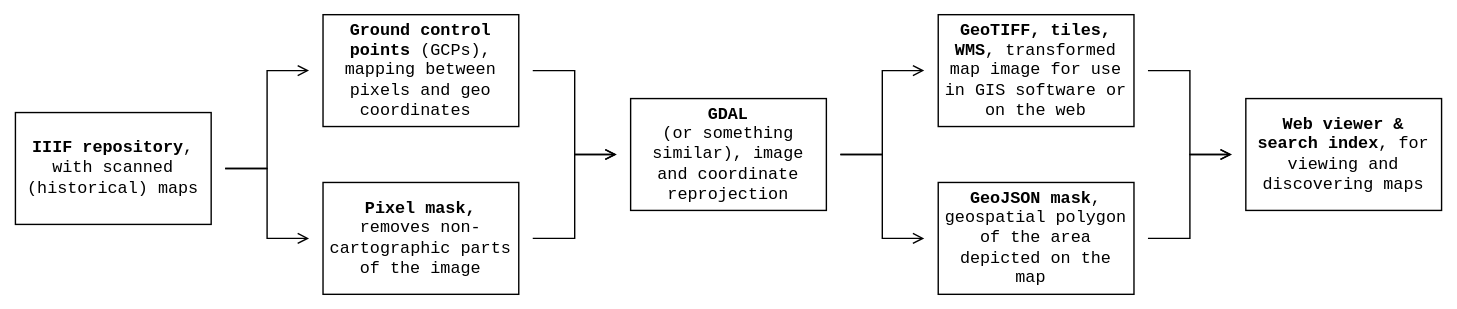
Earlier version of the draw.io export images/iiif-maps-simple.svg (bertspaan/iiif-week-2020). Source tidied: cells renumbered, new cells last; positions are measured from the earlier drawing's top-left corner, leaving out a move shared by most shapes.
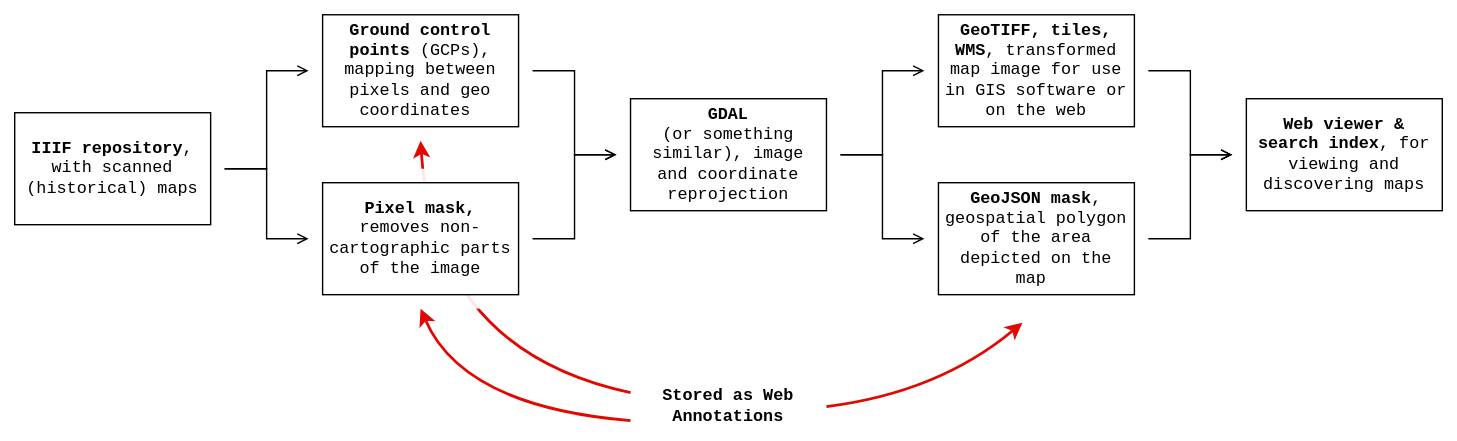
The same file after the commit.

Commit message:
added web annotation arrows

Change to the diagram source:
```diff
@@ -2,19 +2,31 @@
   <root>
     <mxCell id="0" />
     <mxCell id="1" parent="0" />
+    <mxCell id="17" style="curved=1;endArrow=classic;html=1;strokeColor=#e10800;strokeWidth=2;" parent="1" edge="1">
+      <mxGeometry relative="1" as="geometry">
+        <mxPoint x="440" y="270" as="sourcePoint" />
+        <mxPoint x="290" y="90" as="targetPoint" />
+        <Array as="points">
+          <mxPoint x="300" y="240" />
+        </Array>
+      </mxGeometry>
+    </mxCell>
+    <mxCell id="18" style="text;html=1;strokeColor=none;fillColor=#ffffff;align=center;verticalAlign=middle;whiteSpace=wrap;rounded=0;fontFamily=Courier New;spacing=5;opacity=90;" parent="1" vertex="1">
+      <mxGeometry x="210" y="110" width="160" height="100" as="geometry" />
+    </mxCell>
-    <mxCell id="2" value="&lt;b&gt;GDAL&lt;/b&gt;&lt;br&gt;(or something similar), image and coordinate reprojection" style="text;html=1;strokeColor=#000000;fillColor=none;align=center;verticalAlign=middle;whiteSpace=wrap;rounded=0;fontFamily=Courier New;spacing=5;" parent="1" vertex="1">
+    <mxCell id="2" value="&lt;b&gt;GDAL&lt;/b&gt;&lt;br&gt;(or something similar), image and coordinate reprojection" style="text;html=1;strokeColor=#000000;fillColor=#ffffff;align=center;verticalAlign=middle;whiteSpace=wrap;rounded=0;fontFamily=Courier New;spacing=5;" parent="1" vertex="1">
       <mxGeometry x="440" y="60" width="140" height="80" as="geometry" />
     </mxCell>
-    <mxCell id="3" value="&lt;b&gt;Ground control points&lt;/b&gt; (GCPs), mapping between pixels and geo coordinates&amp;nbsp;" style="text;html=1;strokeColor=#000000;fillColor=none;align=center;verticalAlign=middle;whiteSpace=wrap;rounded=0;fontFamily=Courier New;spacing=5;" parent="1" vertex="1">
+    <mxCell id="3" value="&lt;b&gt;Ground control points&lt;/b&gt; (GCPs), mapping between pixels and geo coordinates&amp;nbsp;" style="text;html=1;strokeColor=#000000;fillColor=#ffffff;align=center;verticalAlign=middle;whiteSpace=wrap;rounded=0;fontFamily=Courier New;spacing=5;" parent="1" vertex="1">
       <mxGeometry x="220" width="140" height="80" as="geometry" />
     </mxCell>
-    <mxCell id="4" value="&lt;b&gt;Pixel mask,&lt;br&gt;&lt;/b&gt;removes non-cartographic parts of the image" style="text;html=1;strokeColor=#000000;fillColor=none;align=center;verticalAlign=middle;whiteSpace=wrap;rounded=0;fontFamily=Courier New;spacing=5;" parent="1" vertex="1">
+    <mxCell id="4" value="&lt;b&gt;Pixel mask,&lt;br&gt;&lt;/b&gt;removes non-cartographic parts of the image" style="text;html=1;strokeColor=#000000;fillColor=#ffffff;align=center;verticalAlign=middle;whiteSpace=wrap;rounded=0;fontFamily=Courier New;spacing=5;" parent="1" vertex="1">
       <mxGeometry x="220" y="120" width="140" height="80" as="geometry" />
     </mxCell>
     <mxCell id="5" style="endArrow=open;html=1;fontFamily=Courier New;spacing=2;targetPerimeterSpacing=10;sourcePerimeterSpacing=10;jumpStyle=gap;startSize=17;endFill=0;rounded=0;strokeColor=#000000;edgeStyle=orthogonalEdgeStyle;" parent="1" edge="1" source="6" target="4">
       <mxGeometry relative="1" as="geometry" />
     </mxCell>
-    <mxCell id="6" value="&lt;b&gt;IIIF repository&lt;/b&gt;, with scanned (historical) maps" style="text;html=1;strokeColor=#000000;fillColor=none;align=center;verticalAlign=middle;whiteSpace=wrap;rounded=0;fontFamily=Courier New;spacing=5;" parent="1" vertex="1">
+    <mxCell id="6" value="&lt;b&gt;IIIF repository&lt;/b&gt;, with scanned (historical) maps" style="text;html=1;strokeColor=#000000;fillColor=#ffffff;align=center;verticalAlign=middle;whiteSpace=wrap;rounded=0;fontFamily=Courier New;spacing=5;" parent="1" vertex="1">
       <mxGeometry y="70" width="140" height="80" as="geometry" />
     </mxCell>
     <mxCell id="7" style="endArrow=open;html=1;fontFamily=Courier New;spacing=2;targetPerimeterSpacing=10;sourcePerimeterSpacing=10;jumpStyle=gap;startSize=6;endFill=0;edgeStyle=orthogonalEdgeStyle;rounded=0;" parent="1" edge="1" source="6" target="3">
@@ -26,10 +38,10 @@
     <mxCell id="9" style="endArrow=open;html=1;fontFamily=Courier New;spacing=2;targetPerimeterSpacing=10;sourcePerimeterSpacing=10;jumpStyle=gap;startSize=17;endFill=0;jumpSize=10;strokeColor=#000000;rounded=0;edgeStyle=orthogonalEdgeStyle;" parent="1" edge="1" source="4" target="2">
       <mxGeometry relative="1" as="geometry" />
     </mxCell>
-    <mxCell id="10" value="&lt;b&gt;GeoTIFF, tiles, WMS&lt;/b&gt;, transformed map image for use in GIS software or on the web" style="text;html=1;strokeColor=#000000;fillColor=none;align=center;verticalAlign=middle;whiteSpace=wrap;rounded=0;fontFamily=Courier New;spacing=5;" parent="1" vertex="1">
+    <mxCell id="10" value="&lt;b&gt;GeoTIFF, tiles, WMS&lt;/b&gt;, transformed map image for use in GIS software or on the web" style="text;html=1;strokeColor=#000000;fillColor=#ffffff;align=center;verticalAlign=middle;whiteSpace=wrap;rounded=0;fontFamily=Courier New;spacing=5;" parent="1" vertex="1">
       <mxGeometry x="660" width="140" height="80" as="geometry" />
     </mxCell>
-    <mxCell id="11" value="&lt;b&gt;GeoJSON mask&lt;/b&gt;, geospatial polygon of the area depicted on the map&amp;nbsp;" style="text;html=1;strokeColor=#000000;fillColor=none;align=center;verticalAlign=middle;whiteSpace=wrap;rounded=0;fontFamily=Courier New;spacing=5;" parent="1" vertex="1">
+    <mxCell id="11" value="&lt;b&gt;GeoJSON mask&lt;/b&gt;, geospatial polygon of the area depicted on the map&amp;nbsp;" style="text;html=1;strokeColor=#000000;fillColor=#ffffff;align=center;verticalAlign=middle;whiteSpace=wrap;rounded=0;fontFamily=Courier New;spacing=5;" parent="1" vertex="1">
       <mxGeometry x="660" y="120" width="140" height="80" as="geometry" />
     </mxCell>
     <mxCell id="12" style="endArrow=open;html=1;fontFamily=Courier New;spacing=2;targetPerimeterSpacing=10;sourcePerimeterSpacing=10;jumpStyle=gap;startSize=17;endFill=0;edgeStyle=orthogonalEdgeStyle;rounded=0;" parent="1" edge="1" source="2" target="10">
@@ -38,7 +50,7 @@
     <mxCell id="13" style="endArrow=open;html=1;fontFamily=Courier New;spacing=2;targetPerimeterSpacing=10;sourcePerimeterSpacing=10;jumpStyle=gap;startSize=17;endFill=0;edgeStyle=orthogonalEdgeStyle;rounded=0;" parent="1" edge="1" source="2" target="11">
       <mxGeometry relative="1" as="geometry" />
     </mxCell>
-    <mxCell id="14" value="&lt;b&gt;Web viewer &amp;amp; search index&lt;/b&gt;, for viewing and discovering maps" style="text;html=1;strokeColor=#000000;fillColor=none;align=center;verticalAlign=middle;whiteSpace=wrap;rounded=0;fontFamily=Courier New;spacing=5;" parent="1" vertex="1">
+    <mxCell id="14" value="&lt;b&gt;Web viewer &amp;amp; search index&lt;/b&gt;, for viewing and discovering maps" style="text;html=1;strokeColor=#000000;fillColor=#ffffff;align=center;verticalAlign=middle;whiteSpace=wrap;rounded=0;fontFamily=Courier New;spacing=5;" parent="1" vertex="1">
       <mxGeometry x="880" y="60" width="140" height="80" as="geometry" />
     </mxCell>
     <mxCell id="15" style="endArrow=open;html=1;fontFamily=Courier New;spacing=2;targetPerimeterSpacing=10;sourcePerimeterSpacing=10;jumpStyle=gap;startSize=17;endFill=0;edgeStyle=orthogonalEdgeStyle;rounded=0;" parent="1" edge="1" source="10" target="14">
@@ -47,5 +59,26 @@
     <mxCell id="16" style="endArrow=open;html=1;fontFamily=Courier New;spacing=2;targetPerimeterSpacing=10;sourcePerimeterSpacing=10;jumpStyle=gap;startSize=17;endFill=0;jumpSize=10;strokeColor=#000000;rounded=0;edgeStyle=orthogonalEdgeStyle;" parent="1" edge="1" source="11" target="14">
       <mxGeometry relative="1" as="geometry" />
     </mxCell>
+    <mxCell id="19" style="curved=1;endArrow=classic;html=1;strokeColor=#e10800;strokeWidth=2;" parent="1" edge="1">
+      <mxGeometry relative="1" as="geometry">
+        <mxPoint x="440" y="290" as="sourcePoint" />
+        <mxPoint x="290" y="210" as="targetPoint" />
+        <Array as="points">
+          <mxPoint x="320" y="280" />
+        </Array>
+      </mxGeometry>
+    </mxCell>
+    <mxCell id="20" style="curved=1;endArrow=classic;html=1;strokeColor=#e10800;strokeWidth=2;" parent="1" edge="1">
+      <mxGeometry relative="1" as="geometry">
+        <mxPoint x="580" y="280" as="sourcePoint" />
+        <mxPoint x="720" y="220" as="targetPoint" />
+        <Array as="points">
+          <mxPoint x="660" y="270" />
+        </Array>
+      </mxGeometry>
+    </mxCell>
+    <mxCell id="21" value="Stored as Web Annotations" style="text;html=1;strokeColor=none;fillColor=none;align=center;verticalAlign=middle;whiteSpace=wrap;rounded=0;opacity=90;fontFamily=Courier New;fontStyle=1;" parent="1" vertex="1">
+      <mxGeometry x="450" y="270" width="120" height="20" as="geometry" />
+    </mxCell>
   </root>
 </mxGraphModel>
```
